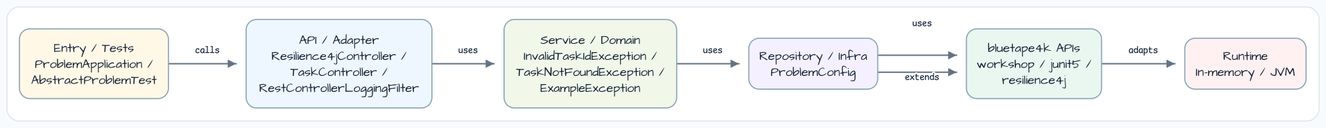
Above: docs/images/readme-diagrams/spring-boot-problem-readme-architecture-01.png in bluetape4k/bluetape4k-workshop (Graphviz), before the change. Its source is kept beside it as docs/images/readme-diagrams/spring-boot-problem-readme-architecture-01.dot.
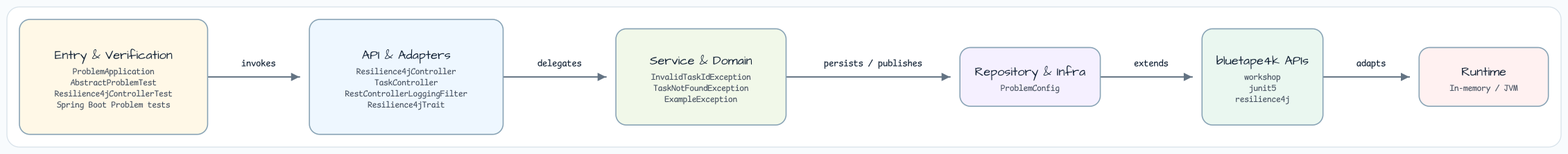
The same file after the commit.

The edit, as a diff of the source:
```diff
@@ -3,8 +3,8 @@
     rankdir=LR,
     bgcolor="white",
     pad="0.35",
-    nodesep="0.55",
-    ranksep="0.75",
+    nodesep="0.70",
+    ranksep="0.95",
     splines=ortho,
     outputorder=edgesfirst
   ];
@@ -16,7 +16,7 @@
     fillcolor="#F6FAFF",
     fontname="Architects Daughter",
     fontsize=14,
-    margin="0.14,0.10"
+    margin="0.20,0.16"
   ];
   edge [
     color="#637383",
@@ -26,17 +26,16 @@
     fontsize=11
   ];
 
-  entry [label="Entry / Tests\nProblemApplication /\nAbstractProblemTest", fillcolor="#FFF8E7"];
-  api [label="API / Adapter\nResilience4jController /\nTaskController /\nRestControllerLoggingFilter", fillcolor="#EEF7FF"];
-  service [label="Service / Domain\nInvalidTaskIdException /\nTaskNotFoundException /\nExampleException", fillcolor="#F1F8E9"];
-  infra [label="Repository / Infra\nProblemConfig", fillcolor="#F5F0FF"];
-  bt [label="bluetape4k APIs\nworkshop / junit5 /\nresilience4j", fillcolor="#EAF7F0"];
+  entry [label="Entry & Verification\nProblemApplication\nAbstractProblemTest\nResilience4jControllerTest\nSpring Boot Problem tests", fillcolor="#FFF8E7"];
+  api [label="API & Adapters\nResilience4jController\nTaskController\nRestControllerLoggingFilter\nResilience4jTrait", fillcolor="#EEF7FF"];
+  service [label="Service & Domain\nInvalidTaskIdException\nTaskNotFoundException\nExampleException", fillcolor="#F1F8E9"];
+  infra [label="Repository & Infra\nProblemConfig", fillcolor="#F5F0FF"];
+  bt [label="bluetape4k APIs\nworkshop\njunit5\nresilience4j", fillcolor="#EAF7F0"];
   runtime [label="Runtime\nIn-memory / JVM", fillcolor="#FFF1F1"];
 
-  entry -> api [label="calls"];
-  api -> service [label="uses"];
-  service -> infra [label="uses"];
-  infra -> bt [label="uses"];
+  entry -> api [label="invokes"];
+  api -> service [label="delegates"];
+  service -> infra [label="persists / publishes"];
   infra -> bt [label="extends"];
   bt -> runtime [label="adapts"];
 }
```
